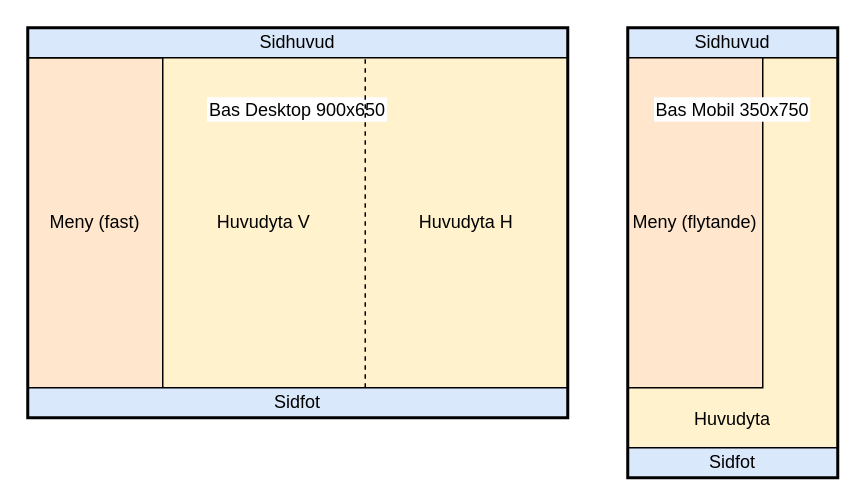
This is killen.drawio from bhagqvist-consid/ICD11, a draw.io file, before an edit. Source tidied: cells renumbered, new cells numbered last; positions are measured from the earlier drawing's top-left corner, leaving out a move shared by most shapes. Both pictures are drawn from the tidied source at 150%, with x=0, y=0 at pixel (27, 27).
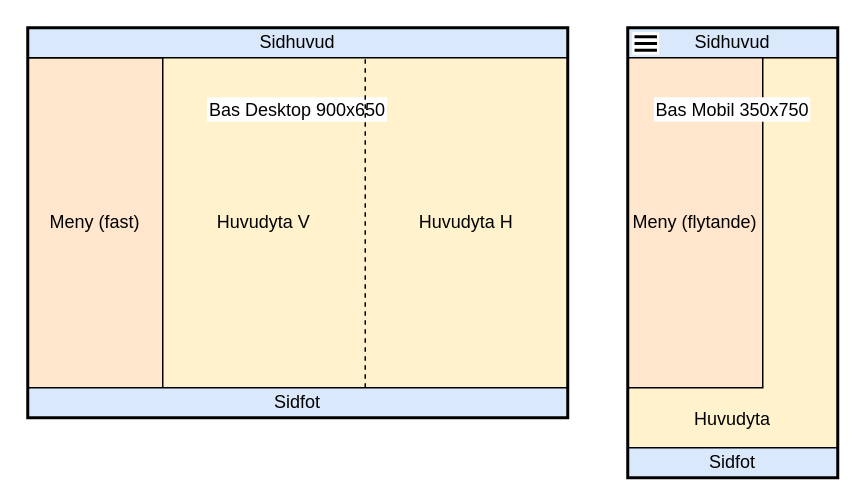
The same diagram, later.

Change to the diagram source:
```diff
@@
+    <mxCell id="14" style="group;" parent="1" vertex="1">
+      <mxGeometry x="403" y="3" width="18" height="15" as="geometry" />
+    </mxCell>
+    <mxCell id="15" style="rounded=0;whiteSpace=wrap;html=1;strokeColor=none;" parent="14" vertex="1">
+      <mxGeometry width="18" height="15" as="geometry" />
+    </mxCell>
+    <mxCell id="16" style="endArrow=none;html=1;rounded=0;strokeWidth=2;" parent="14" edge="1">
+      <mxGeometry relative="1" as="geometry">
+        <mxPoint x="1.5" y="7.5" as="sourcePoint" />
+        <mxPoint x="16.5" y="7.5" as="targetPoint" />
+      </mxGeometry>
+    </mxCell>
+    <mxCell id="17" style="endArrow=none;html=1;rounded=0;strokeWidth=2;" parent="14" edge="1">
+      <mxGeometry relative="1" as="geometry">
+        <mxPoint x="1.5" y="3" as="sourcePoint" />
+        <mxPoint x="16.5" y="3" as="targetPoint" />
+      </mxGeometry>
+    </mxCell>
+    <mxCell id="18" style="endArrow=none;html=1;rounded=0;strokeWidth=2;" parent="14" edge="1">
+      <mxGeometry relative="1" as="geometry">
+        <mxPoint x="1.5" y="12" as="sourcePoint" />
+        <mxPoint x="16.5" y="12" as="targetPoint" />
+      </mxGeometry>
+    </mxCell>
```
